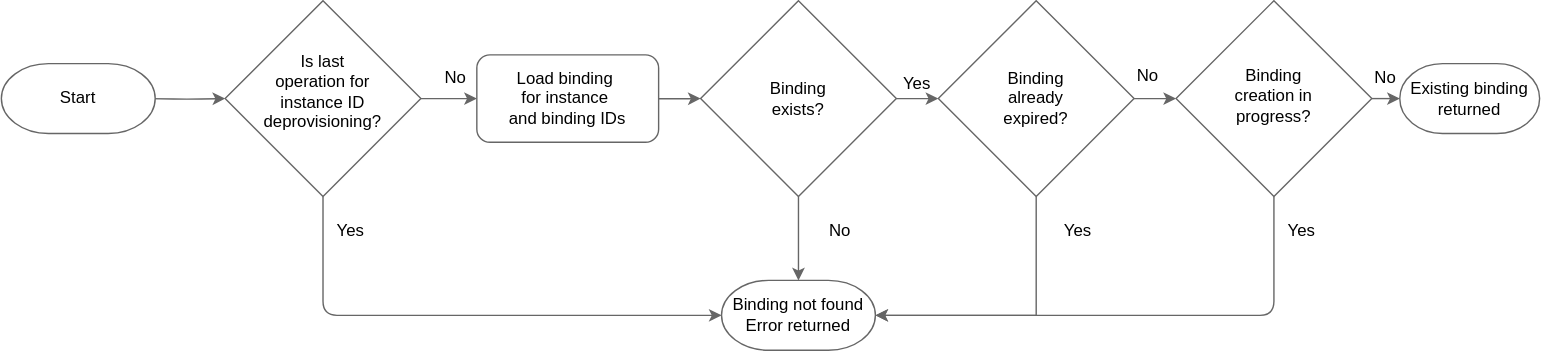
Earlier version of the draw.io export docs/assets/bindings-get-flow.drawio.svg (kyma-project/kyma-environment-broker). Source tidied: cells renumbered, new cells last; positions are measured from the earlier drawing's top-left corner, leaving out a move shared by most shapes.
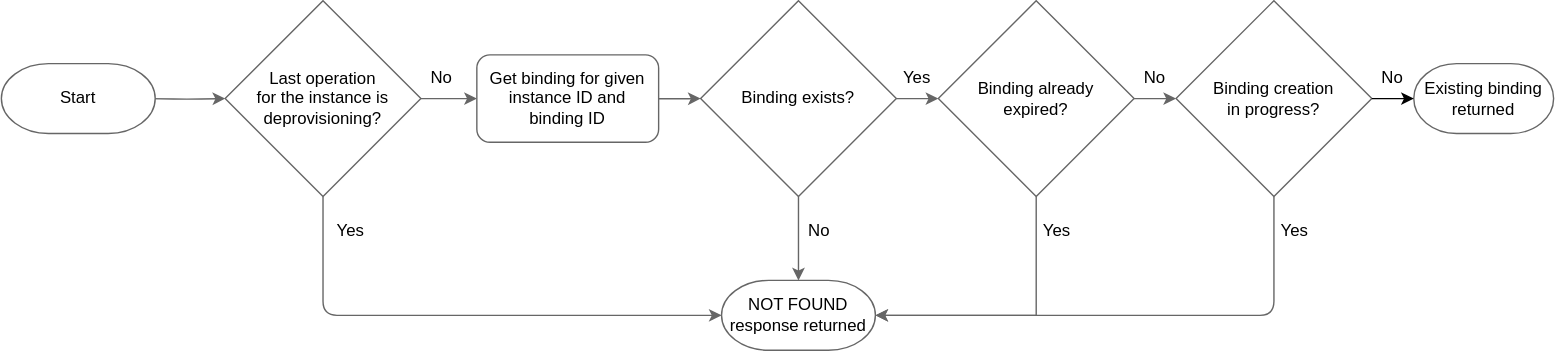
The same diagram one commit later.

Commit message:
Adjust diagrams; fix binding creation description

What changed in the source:
```diff
@@ -8,21 +8,13 @@
     <mxCell id="3" style="edgeStyle=orthogonalEdgeStyle;rounded=1;jettySize=auto;html=1;entryX=0;entryY=0.5;entryDx=0;entryDy=0;curved=0;strokeColor=#666666;" parent="1" edge="1" source="4" target="13">
       <mxGeometry relative="1" as="geometry" />
     </mxCell>
-    <mxCell id="4" style="rhombus;whiteSpace=wrap;html=1;strokeColor=#666666;fillColor=#ffffff;fillStyle=solid;fontColor=#000000;" parent="1" vertex="1">
+    <mxCell id="4" value="Last&amp;nbsp;&lt;span style=&quot;background-color: initial;&quot;&gt;operation&lt;/span&gt;&lt;div&gt;&lt;span style=&quot;background-color: initial;&quot;&gt;for the instance&amp;nbsp;&lt;/span&gt;&lt;span style=&quot;background-color: initial;&quot;&gt;is deprovisioning?&lt;/span&gt;&lt;/div&gt;" style="rhombus;whiteSpace=wrap;html=1;strokeColor=#666666;fillColor=#ffffff;fillStyle=solid;fontColor=#000000;" parent="1" vertex="1">
       <mxGeometry x="160" width="140" height="140" as="geometry" />
     </mxCell>
-    <mxCell id="5" value="Is last&lt;div&gt;operation for instance ID deprovisioning?&lt;/div&gt;" style="text;html=1;align=center;verticalAlign=middle;whiteSpace=wrap;rounded=0;fontColor=#000000;" parent="1" vertex="1">
-      <mxGeometry x="195" y="30" width="70" height="70" as="geometry" />
-    </mxCell>
     <mxCell id="6" style="edgeStyle=orthogonalEdgeStyle;rounded=1;jettySize=auto;html=1;curved=0;strokeColor=#666666;entryX=1;entryY=0.5;entryDx=0;entryDy=0;entryPerimeter=0;exitX=0.5;exitY=1;exitDx=0;exitDy=0;" parent="1" edge="1" source="8" target="23">
       <mxGeometry relative="1" as="geometry" />
     </mxCell>
-    <mxCell id="7" style="edgeStyle=orthogonalEdgeStyle;rounded=0;jettySize=auto;html=1;exitX=1;exitY=0.5;exitDx=0;exitDy=0;strokeColor=#666666;" parent="1" edge="1" source="8">
-      <mxGeometry relative="1" as="geometry">
-        <mxPoint x="1000" y="70" as="targetPoint" />
-      </mxGeometry>
-    </mxCell>
-    <mxCell id="8" style="rhombus;whiteSpace=wrap;html=1;strokeColor=#666666;fillColor=#ffffff;fillStyle=solid;fontColor=#000000;" parent="1" vertex="1">
+    <mxCell id="8" value="Binding creation&lt;div&gt;in progress?&lt;/div&gt;" style="rhombus;whiteSpace=wrap;html=1;strokeColor=#666666;fillColor=#ffffff;fillStyle=solid;fontColor=#000000;" parent="1" vertex="1">
       <mxGeometry x="840" width="140" height="140" as="geometry" />
     </mxCell>
     <mxCell id="9" style="edgeStyle=orthogonalEdgeStyle;rounded=1;jettySize=auto;html=1;curved=0;strokeColor=#666666;entryX=0.5;entryY=0;entryDx=0;entryDy=0;entryPerimeter=0;" parent="1" edge="1" source="11" target="23">
@@ -31,49 +23,46 @@
     <mxCell id="10" style="edgeStyle=orthogonalEdgeStyle;rounded=0;jettySize=auto;html=1;exitX=1;exitY=0.5;exitDx=0;exitDy=0;strokeColor=#666666;" parent="1" edge="1" source="11" target="27">
       <mxGeometry relative="1" as="geometry" />
     </mxCell>
-    <mxCell id="11" style="rhombus;whiteSpace=wrap;html=1;strokeColor=#666666;fillColor=#ffffff;fillStyle=solid;fontColor=#000000;" parent="1" vertex="1">
+    <mxCell id="11" value="Binding exists?" style="rhombus;whiteSpace=wrap;html=1;strokeColor=#666666;fillColor=#ffffff;fillStyle=solid;fontColor=#000000;" parent="1" vertex="1">
       <mxGeometry x="500" width="140" height="140" as="geometry" />
     </mxCell>
     <mxCell id="12" style="edgeStyle=orthogonalEdgeStyle;rounded=1;jettySize=auto;html=1;entryX=0;entryY=0.5;entryDx=0;entryDy=0;curved=0;strokeColor=#666666;" parent="1" edge="1" source="13" target="11">
       <mxGeometry relative="1" as="geometry" />
     </mxCell>
-    <mxCell id="13" value="Load binding&amp;nbsp;&lt;div&gt;for instance&amp;nbsp;&lt;/div&gt;&lt;div&gt;and binding IDs&lt;/div&gt;" style="rounded=1;whiteSpace=wrap;html=1;strokeColor=#666666;fillColor=#ffffff;fillStyle=solid;fontColor=#000000;" parent="1" vertex="1">
+    <mxCell id="13" value="Get binding for given instance ID and&lt;div&gt;binding ID&lt;/div&gt;" style="rounded=1;whiteSpace=wrap;html=1;strokeColor=#666666;fillColor=#ffffff;fillStyle=solid;fontColor=#000000;" parent="1" vertex="1">
       <mxGeometry x="340" y="38.8" width="130" height="62.5" as="geometry" />
     </mxCell>
-    <mxCell id="14" value="Binding exists?" style="text;html=1;align=center;verticalAlign=middle;whiteSpace=wrap;rounded=0;fontColor=#000000;" parent="1" vertex="1">
-      <mxGeometry x="540" y="55" width="60" height="30" as="geometry" />
-    </mxCell>
     <mxCell id="15" value="Binding expired?" style="text;html=1;align=center;verticalAlign=middle;whiteSpace=wrap;rounded=0;" parent="1" vertex="1">
       <mxGeometry x="700" y="55" width="60" height="30" as="geometry" />
     </mxCell>
     <mxCell id="16" value="No" style="text;html=1;align=center;verticalAlign=middle;whiteSpace=wrap;rounded=0;fontColor=#000000;" parent="1" vertex="1">
-      <mxGeometry x="295" y="40" width="60" height="30" as="geometry" />
+      <mxGeometry x="300" y="40" width="30" height="30" as="geometry" />
     </mxCell>
     <mxCell id="17" value="Yes" style="text;html=1;align=center;verticalAlign=middle;whiteSpace=wrap;rounded=0;" parent="1" vertex="1">
       <mxGeometry x="690" y="40" width="60" height="30" as="geometry" />
     </mxCell>
     <mxCell id="18" value="No" style="text;html=1;align=center;verticalAlign=middle;whiteSpace=wrap;rounded=0;fontColor=#000000;" parent="1" vertex="1">
-      <mxGeometry x="790" y="38.8" width="60" height="30" as="geometry" />
+      <mxGeometry x="810" y="40" width="30" height="30" as="geometry" />
     </mxCell>
     <mxCell id="19" value="Yes" style="text;html=1;align=center;verticalAlign=middle;whiteSpace=wrap;rounded=0;fontColor=#000000;" parent="1" vertex="1">
       <mxGeometry x="220" y="150" width="60" height="30" as="geometry" />
     </mxCell>
     <mxCell id="20" value="No" style="text;html=1;align=center;verticalAlign=middle;whiteSpace=wrap;rounded=0;fontColor=#000000;" parent="1" vertex="1">
-      <mxGeometry x="570" y="150" width="60" height="30" as="geometry" />
+      <mxGeometry x="570" y="150" width="30" height="30" as="geometry" />
     </mxCell>
     <mxCell id="21" value="Yes" style="text;html=1;align=center;verticalAlign=middle;whiteSpace=wrap;rounded=0;fontColor=#000000;" parent="1" vertex="1">
-      <mxGeometry x="740" y="150" width="60" height="30" as="geometry" />
+      <mxGeometry x="740" y="150" width="30" height="30" as="geometry" />
     </mxCell>
     <mxCell id="22" style="edgeStyle=orthogonalEdgeStyle;rounded=1;jettySize=auto;html=1;entryX=0;entryY=0.5;entryDx=0;entryDy=0;curved=0;strokeColor=#666666;exitX=0.929;exitY=0.5;exitDx=0;exitDy=0;exitPerimeter=0;" parent="1" edge="1" target="4">
       <mxGeometry relative="1" as="geometry">
         <mxPoint x="105" y="70" as="sourcePoint" />
       </mxGeometry>
     </mxCell>
-    <mxCell id="23" value="Binding not found&lt;div&gt;Error returned&lt;/div&gt;" style="strokeWidth=1;html=1;shape=mxgraph.flowchart.terminator;whiteSpace=wrap;strokeColor=#666666;fillColor=#ffffff;fillStyle=solid;fontColor=#000000;" parent="1" vertex="1">
+    <mxCell id="23" value="NOT FOUND response returned" style="strokeWidth=1;html=1;shape=mxgraph.flowchart.terminator;whiteSpace=wrap;strokeColor=#666666;fillColor=#ffffff;fillStyle=solid;fontColor=#000000;" parent="1" vertex="1">
       <mxGeometry x="515" y="200" width="110" height="50" as="geometry" />
     </mxCell>
     <mxCell id="24" value="&lt;span style=&quot;background-color: initial;&quot;&gt;Existing binding returned&lt;/span&gt;" style="strokeWidth=1;html=1;shape=mxgraph.flowchart.terminator;whiteSpace=wrap;strokeColor=#666666;fillColor=#ffffff;fillStyle=solid;fontColor=#000000;" parent="1" vertex="1">
-      <mxGeometry x="1000" y="45" width="100" height="50" as="geometry" />
+      <mxGeometry x="1010" y="45" width="100" height="50" as="geometry" />
     </mxCell>
     <mxCell id="25" value="Start" style="strokeWidth=1;html=1;shape=mxgraph.flowchart.terminator;whiteSpace=wrap;strokeColor=#666666;fillColor=#ffffff;fillStyle=solid;fontColor=#000000;" parent="1" vertex="1">
       <mxGeometry y="45" width="110" height="50" as="geometry" />
@@ -81,26 +70,23 @@
     <mxCell id="26" style="edgeStyle=orthogonalEdgeStyle;rounded=0;jettySize=auto;html=1;exitX=1;exitY=0.5;exitDx=0;exitDy=0;strokeColor=#666666;" parent="1" edge="1" source="27" target="8">
       <mxGeometry relative="1" as="geometry" />
     </mxCell>
-    <mxCell id="27" style="rhombus;whiteSpace=wrap;html=1;strokeColor=#666666;fillColor=#ffffff;fillStyle=solid;fontColor=#000000;" parent="1" vertex="1">
+    <mxCell id="27" value="Binding already&lt;div&gt;expired?&lt;/div&gt;" style="rhombus;whiteSpace=wrap;html=1;strokeColor=#666666;fillColor=#ffffff;fillStyle=solid;fontColor=#000000;" parent="1" vertex="1">
       <mxGeometry x="670" width="140" height="140" as="geometry" />
     </mxCell>
-    <mxCell id="28" value="Binding already expired?" style="text;html=1;align=center;verticalAlign=middle;whiteSpace=wrap;rounded=0;fontColor=#000000;" parent="1" vertex="1">
-      <mxGeometry x="710" y="55" width="60" height="30" as="geometry" />
-    </mxCell>
-    <mxCell id="29" value="Binding creation in progress?" style="text;html=1;align=center;verticalAlign=middle;whiteSpace=wrap;rounded=0;fontColor=#000000;" parent="1" vertex="1">
-      <mxGeometry x="880" y="55" width="60" height="25" as="geometry" />
-    </mxCell>
     <mxCell id="30" style="edgeStyle=orthogonalEdgeStyle;rounded=0;jettySize=auto;html=1;entryX=1;entryY=0.5;entryDx=0;entryDy=0;entryPerimeter=0;exitX=0.5;exitY=1;exitDx=0;exitDy=0;strokeColor=#666666;" parent="1" edge="1" source="27" target="23">
       <mxGeometry relative="1" as="geometry" />
     </mxCell>
     <mxCell id="31" value="Yes" style="text;html=1;align=center;verticalAlign=middle;whiteSpace=wrap;rounded=0;fontColor=#000000;" parent="1" vertex="1">
-      <mxGeometry x="900" y="150" width="60" height="30" as="geometry" />
+      <mxGeometry x="910" y="150" width="30" height="30" as="geometry" />
     </mxCell>
     <mxCell id="32" value="No" style="text;html=1;align=center;verticalAlign=middle;whiteSpace=wrap;rounded=0;fontColor=#000000;" parent="1" vertex="1">
-      <mxGeometry x="960" y="40" width="60" height="30" as="geometry" />
+      <mxGeometry x="980" y="40" width="30" height="30" as="geometry" />
     </mxCell>
     <mxCell id="33" value="Yes" style="text;html=1;align=center;verticalAlign=middle;whiteSpace=wrap;rounded=0;fontColor=#000000;" parent="1" vertex="1">
-      <mxGeometry x="625" y="45" width="60" height="30" as="geometry" />
+      <mxGeometry x="640" y="40" width="30" height="30" as="geometry" />
     </mxCell>
+    <mxCell id="34" style="edgeStyle=orthogonalEdgeStyle;rounded=0;jettySize=auto;html=1;exitX=1;exitY=0.5;exitDx=0;exitDy=0;entryX=0;entryY=0.5;entryDx=0;entryDy=0;entryPerimeter=0;" parent="1" edge="1" source="8" target="24">
+      <mxGeometry relative="1" as="geometry" />
+    </mxCell>
   </root>
 </mxGraphModel>
```
